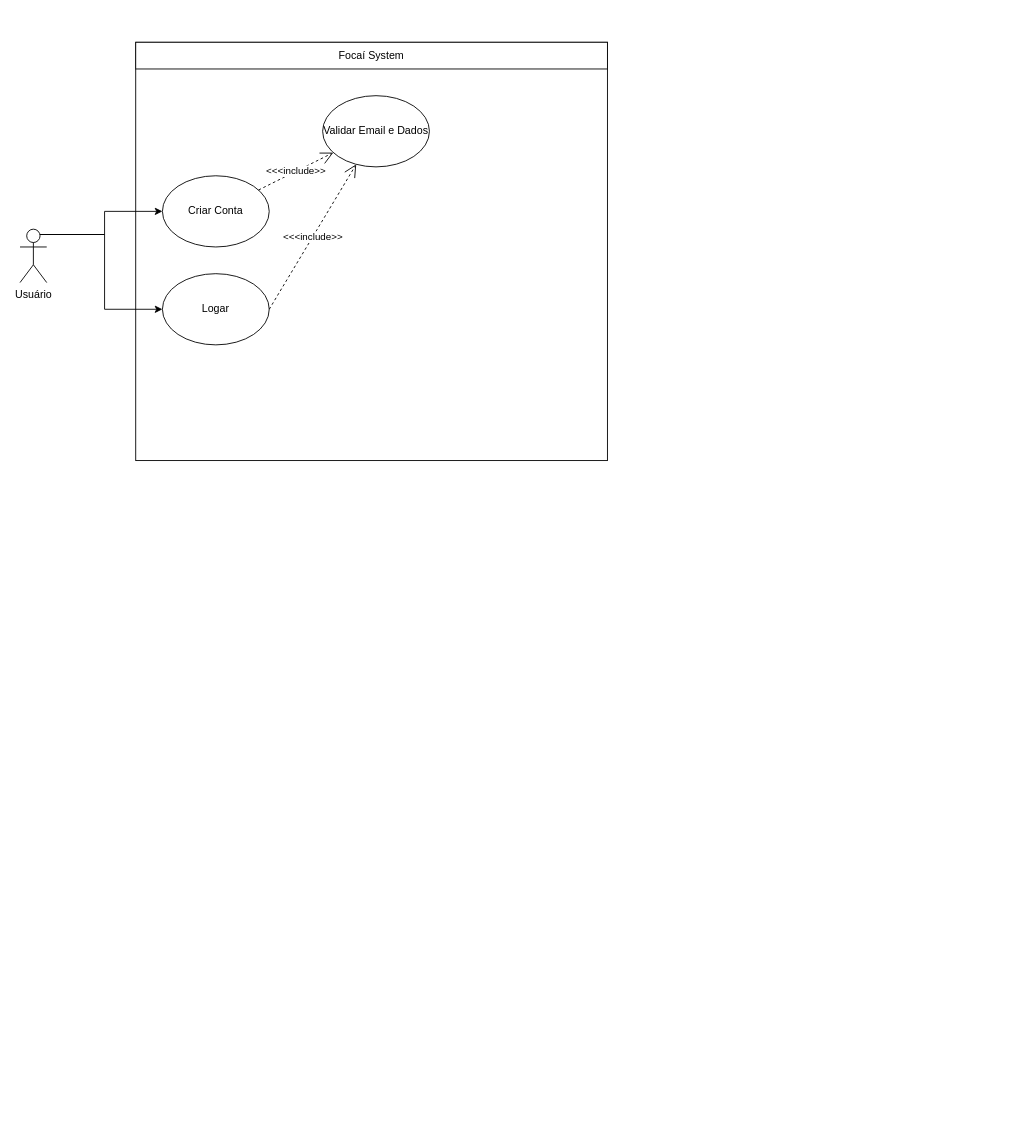
Before: casos_de_uso_focai.drawio in kauanodev/3a_lista_exercicios_am2, a draw.io diagram. Source tidied: cells renumbered, new cells numbered last; positions are measured from the earlier drawing's top-left corner, leaving out a move shared by most shapes. Both pictures are drawn from the tidied source at 89%, with x=0, y=0 at pixel (20, 42).
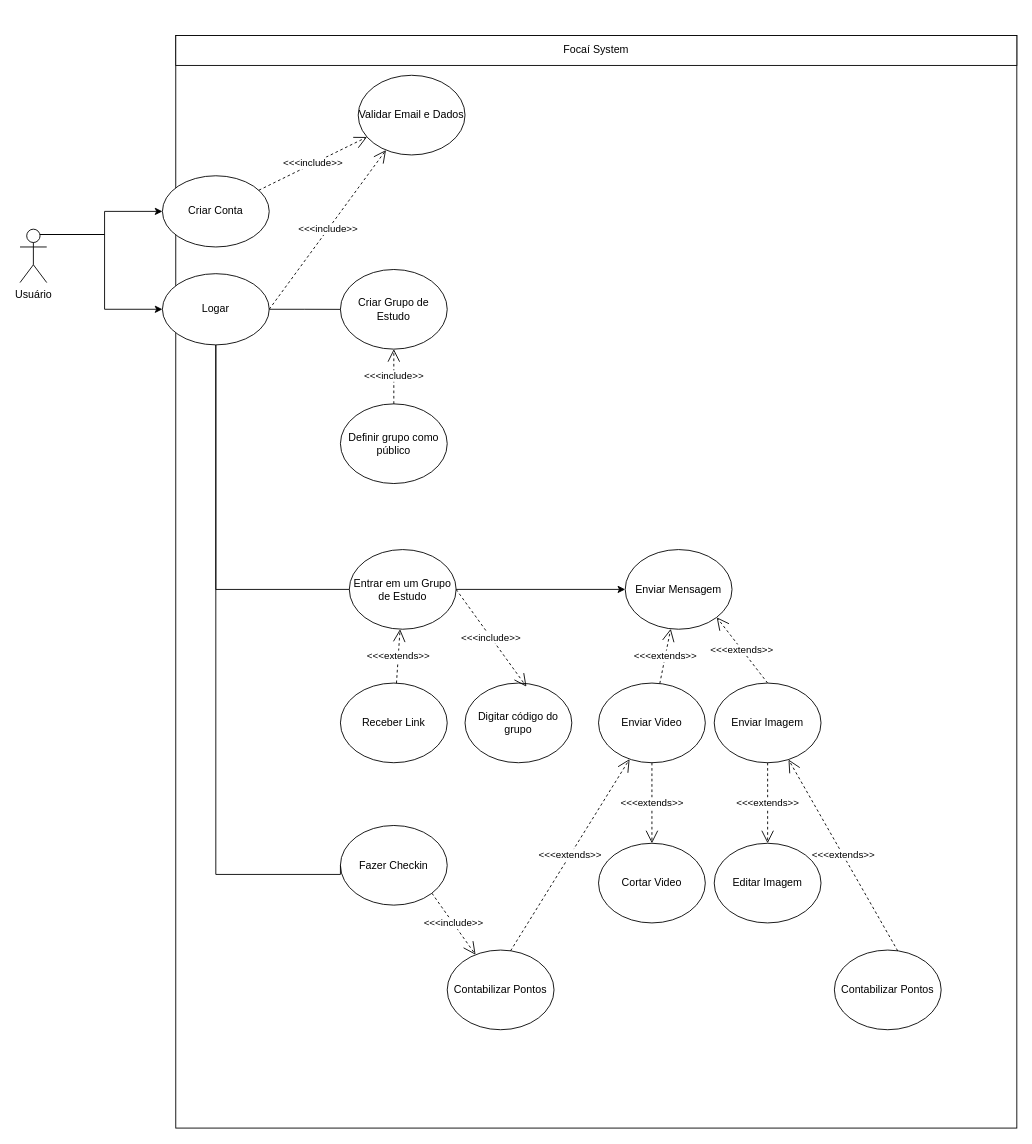
The same diagram, later.

The change refers to these unchanged cells:
```xml
<mxCell id="11" value="Logar" style="ellipse;whiteSpace=wrap;html=1;" parent="1" vertex="1">
  <mxGeometry x="160" y="260" width="120" height="80" as="geometry" />
</mxCell>
```

Diff of the diagram source:
```diff
@@
     <mxCell id="2" style="group;" parent="1" vertex="1">
-      <mxGeometry x="130" width="530" height="470" as="geometry" />
+      <mxGeometry x="170" y="-30" width="950" height="1250" as="geometry" />
     </mxCell>
     <mxCell id="3" style="rounded=0;whiteSpace=wrap;html=1;" parent="2" vertex="1">
-      <mxGeometry width="530" height="470" as="geometry" />
+      <mxGeometry x="5" y="22.4" width="945" height="1227.6" as="geometry" />
     </mxCell>
     <mxCell id="4" value="Focaí System" style="rounded=0;whiteSpace=wrap;html=1;" parent="2" vertex="1">
-      <mxGeometry width="530" height="30" as="geometry" />
+      <mxGeometry x="5" y="22.4" width="945" height="33.6" as="geometry" />
     </mxCell>
     <mxCell id="5" value="Validar Email e Dados" style="ellipse;whiteSpace=wrap;html=1;" parent="2" vertex="1">
-      <mxGeometry x="210" y="60" width="120" height="80" as="geometry" />
+      <mxGeometry x="210" y="67.1" width="120" height="89.5" as="geometry" />
     </mxCell>
+    <mxCell id="13" value="Criar Grupo de Estudo" style="ellipse;whiteSpace=wrap;html=1;" parent="2" vertex="1">
+      <mxGeometry x="190" y="285.3" width="120" height="89.5" as="geometry" />
+    </mxCell>
+    <mxCell id="14" value="Definir grupo como público" style="ellipse;whiteSpace=wrap;html=1;" parent="2" vertex="1">
+      <mxGeometry x="190" y="436.3" width="120" height="89.5" as="geometry" />
+    </mxCell>
+    <mxCell id="15" value="&amp;lt;&amp;lt;&amp;lt;include&amp;gt;&amp;gt;" style="endArrow=open;endSize=12;dashed=1;html=1;rounded=0;" parent="2" edge="1" source="14" target="13">
+      <mxGeometry relative="1" as="geometry" />
+    </mxCell>
+    <mxCell id="16" style="edgeStyle=orthogonalEdgeStyle;rounded=0;jettySize=auto;html=1;" parent="2" edge="1" source="17" target="23">
+      <mxGeometry relative="1" as="geometry" />
+    </mxCell>
+    <mxCell id="17" value="Entrar em um Grupo de Estudo" style="ellipse;whiteSpace=wrap;html=1;" parent="2" vertex="1">
+      <mxGeometry x="200" y="600" width="120" height="89.5" as="geometry" />
+    </mxCell>
+    <mxCell id="18" value="Receber Link" style="ellipse;whiteSpace=wrap;html=1;" parent="2" vertex="1">
+      <mxGeometry x="190" y="750" width="120" height="89.5" as="geometry" />
+    </mxCell>
+    <mxCell id="19" value="&amp;lt;&amp;lt;&amp;lt;extends&amp;gt;&amp;gt;" style="endArrow=open;endSize=12;dashed=1;html=1;rounded=0;" parent="2" edge="1" source="18" target="17">
+      <mxGeometry relative="1" as="geometry" />
+    </mxCell>
+    <mxCell id="20" value="Digitar código do grupo" style="ellipse;whiteSpace=wrap;html=1;" parent="2" vertex="1">
+      <mxGeometry x="330" y="750" width="120" height="89.5" as="geometry" />
+    </mxCell>
+    <mxCell id="21" value="&amp;lt;&amp;lt;&amp;lt;include&amp;gt;&amp;gt;" style="endArrow=open;endSize=12;dashed=1;html=1;rounded=0;entryX=0.575;entryY=0.045;entryDx=0;entryDy=0;entryPerimeter=0;exitX=1;exitY=0.5;exitDx=0;exitDy=0;" parent="2" edge="1" source="17" target="20">
+      <mxGeometry relative="1" as="geometry" />
+    </mxCell>
+    <mxCell id="22" value="Fazer Checkin" style="ellipse;whiteSpace=wrap;html=1;" parent="2" vertex="1">
+      <mxGeometry x="190" y="910" width="120" height="89.5" as="geometry" />
+    </mxCell>
+    <mxCell id="23" value="Enviar Mensagem" style="ellipse;whiteSpace=wrap;html=1;" parent="2" vertex="1">
+      <mxGeometry x="510" y="600" width="120" height="89.5" as="geometry" />
+    </mxCell>
+    <mxCell id="24" value="Enviar Video" style="ellipse;whiteSpace=wrap;html=1;" parent="2" vertex="1">
+      <mxGeometry x="480" y="750" width="120" height="89.5" as="geometry" />
+    </mxCell>
+    <mxCell id="25" value="Enviar Imagem" style="ellipse;whiteSpace=wrap;html=1;" parent="2" vertex="1">
+      <mxGeometry x="610" y="750" width="120" height="89.5" as="geometry" />
+    </mxCell>
+    <mxCell id="26" value="&amp;lt;&amp;lt;&amp;lt;extends&amp;gt;&amp;gt;" style="endArrow=open;endSize=12;dashed=1;html=1;rounded=0;" parent="2" edge="1" source="24" target="23">
+      <mxGeometry relative="1" as="geometry" />
+    </mxCell>
+    <mxCell id="27" value="Editar Imagem" style="ellipse;whiteSpace=wrap;html=1;" parent="2" vertex="1">
+      <mxGeometry x="610" y="930" width="120" height="89.5" as="geometry" />
+    </mxCell>
+    <mxCell id="28" value="Cortar Video" style="ellipse;whiteSpace=wrap;html=1;" parent="2" vertex="1">
+      <mxGeometry x="480" y="930" width="120" height="89.5" as="geometry" />
+    </mxCell>
+    <mxCell id="29" value="&amp;lt;&amp;lt;&amp;lt;extends&amp;gt;&amp;gt;" style="endArrow=open;endSize=12;dashed=1;html=1;rounded=0;" parent="2" edge="1" source="24" target="28">
+      <mxGeometry relative="1" as="geometry" />
+    </mxCell>
+    <mxCell id="30" value="&amp;lt;&amp;lt;&amp;lt;extends&amp;gt;&amp;gt;" style="endArrow=open;endSize=12;dashed=1;html=1;rounded=0;exitX=0.5;exitY=1;exitDx=0;exitDy=0;" parent="2" edge="1" source="25" target="27">
+      <mxGeometry relative="1" as="geometry" />
+    </mxCell>
+    <mxCell id="31" value="Contabilizar Pontos" style="ellipse;whiteSpace=wrap;html=1;" parent="2" vertex="1">
+      <mxGeometry x="310" y="1050" width="120" height="89.5" as="geometry" />
+    </mxCell>
+    <mxCell id="32" value="&amp;lt;&amp;lt;&amp;lt;include&amp;gt;&amp;gt;" style="endArrow=open;endSize=12;dashed=1;html=1;rounded=0;exitX=1;exitY=1;exitDx=0;exitDy=0;" parent="2" edge="1" source="22" target="31">
+      <mxGeometry relative="1" as="geometry" />
+    </mxCell>
+    <mxCell id="33" value="&amp;lt;&amp;lt;&amp;lt;extends&amp;gt;&amp;gt;" style="endArrow=open;endSize=12;dashed=1;html=1;rounded=0;entryX=1;entryY=1;entryDx=0;entryDy=0;exitX=0.5;exitY=0;exitDx=0;exitDy=0;" parent="2" edge="1" source="25" target="23">
+      <mxGeometry relative="1" as="geometry" />
+    </mxCell>
+    <mxCell id="34" value="&amp;lt;&amp;lt;&amp;lt;extends&amp;gt;&amp;gt;" style="endArrow=open;endSize=12;dashed=1;html=1;rounded=0;exitX=0.593;exitY=0.01;exitDx=0;exitDy=0;exitPerimeter=0;" parent="2" edge="1" source="31" target="24">
+      <mxGeometry relative="1" as="geometry" />
+    </mxCell>
+    <mxCell id="35" value="Contabilizar Pontos" style="ellipse;whiteSpace=wrap;html=1;" parent="2" vertex="1">
+      <mxGeometry x="745" y="1050" width="120" height="89.5" as="geometry" />
+    </mxCell>
+    <mxCell id="36" value="&amp;lt;&amp;lt;&amp;lt;extends&amp;gt;&amp;gt;" style="endArrow=open;endSize=12;dashed=1;html=1;rounded=0;exitX=0.593;exitY=0.01;exitDx=0;exitDy=0;exitPerimeter=0;" parent="2" edge="1" source="35" target="25">
+      <mxGeometry relative="1" as="geometry" />
+    </mxCell>
@@
+    <mxCell id="37" style="edgeStyle=orthogonalEdgeStyle;rounded=0;jettySize=auto;html=1;exitX=1;exitY=0.5;exitDx=0;exitDy=0;endArrow=none;endFill=0;" parent="1" edge="1" source="11" target="13">
+      <mxGeometry relative="1" as="geometry" />
+    </mxCell>
+    <mxCell id="38" style="edgeStyle=orthogonalEdgeStyle;rounded=0;jettySize=auto;html=1;entryX=0;entryY=0.5;entryDx=0;entryDy=0;endArrow=none;endFill=0;" parent="1" edge="1" source="11" target="17">
+      <mxGeometry relative="1" as="geometry">
+        <Array as="points">
+          <mxPoint x="220" y="614" />
+        </Array>
+      </mxGeometry>
+    </mxCell>
+    <mxCell id="39" style="edgeStyle=orthogonalEdgeStyle;rounded=0;jettySize=auto;html=1;entryX=0;entryY=0.5;entryDx=0;entryDy=0;endArrow=none;endFill=0;" parent="1" edge="1" source="11" target="22">
+      <mxGeometry relative="1" as="geometry">
+        <Array as="points">
+          <mxPoint x="220" y="935" />
+        </Array>
+      </mxGeometry>
+    </mxCell>
```
